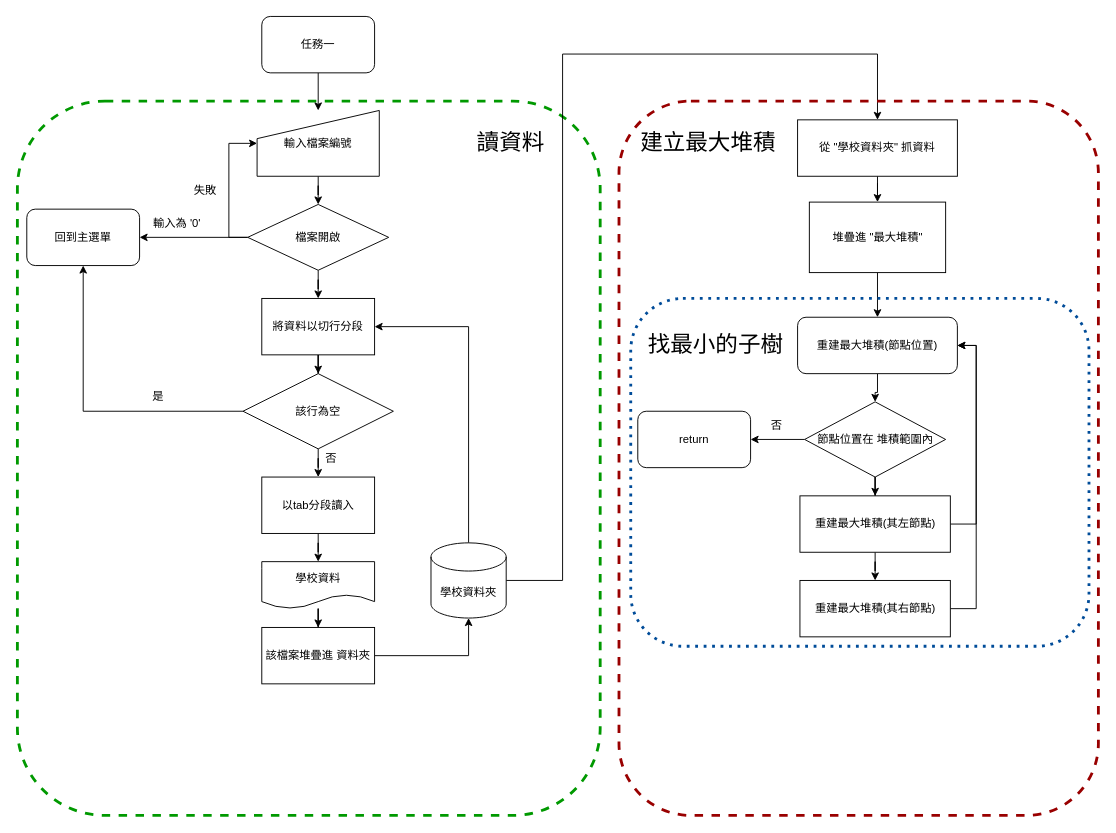
Before: heapFlowChart.drawio in PingKP/DataStructure, a draw.io diagram. Source tidied: cells renumbered, new cells numbered last; positions are measured from the earlier drawing's top-left corner, leaving out a move shared by most shapes. Both pictures are drawn from the tidied source at 94%, with x=0, y=0 at pixel (17, 16).
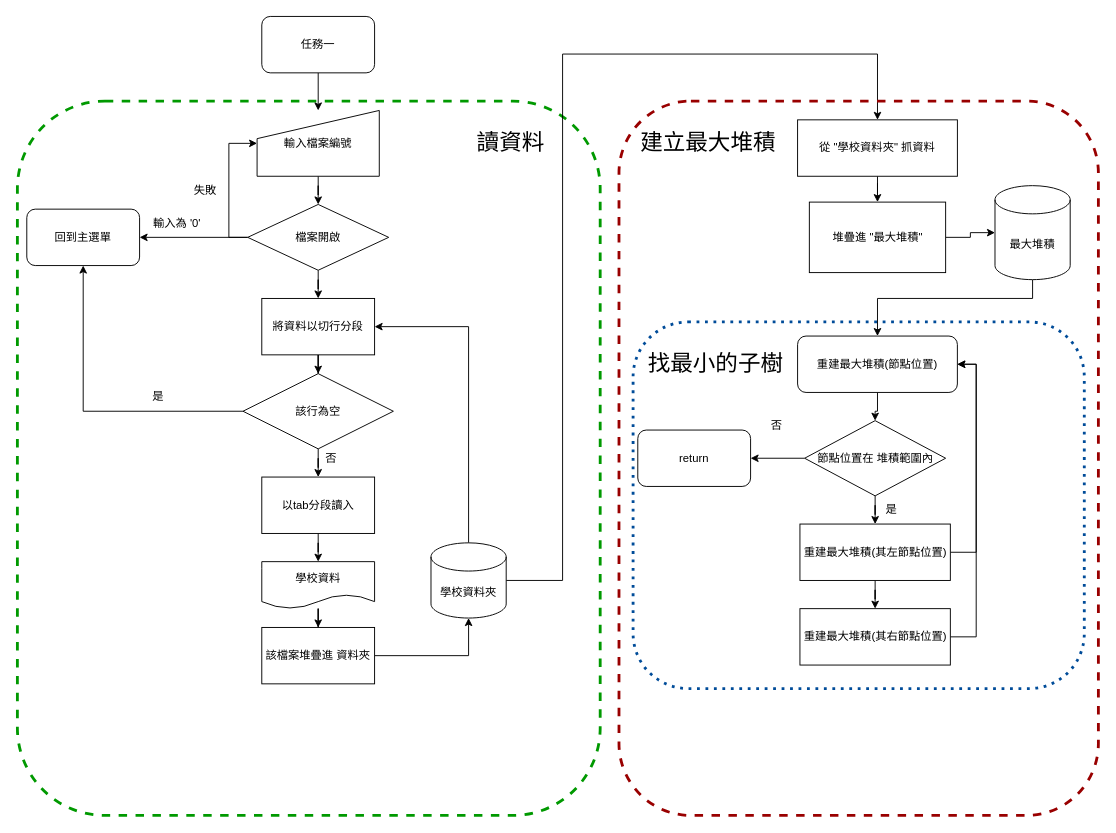
Above is the later version.

The change refers to these unchanged cells:
```xml
<mxCell id="36" value="堆疊進 &quot;最大堆積&quot;" style="rounded=0;whiteSpace=wrap;html=1;" parent="1" vertex="1">
  <mxGeometry x="842.5" y="197.5" width="145" height="75" as="geometry" />
</mxCell>
```

Diff of the diagram source:
```diff
@@
+    <mxCell id="49" style="rounded=1;whiteSpace=wrap;html=1;fillColor=none;strokeColor=#004C99;dashed=1;dashPattern=1 2;strokeWidth=3;" parent="1" vertex="1">
+      <mxGeometry x="655" y="325" width="480" height="390" as="geometry" />
+    </mxCell>
@@
-    <mxCell id="35" style="edgeStyle=orthogonalEdgeStyle;rounded=0;jettySize=auto;html=1;" parent="1" edge="1" source="36" target="38">
-      <mxGeometry relative="1" as="geometry" />
-    </mxCell>
+    <mxCell id="51" style="edgeStyle=orthogonalEdgeStyle;rounded=0;jettySize=auto;html=1;" parent="1" edge="1" source="36" target="54">
+      <mxGeometry relative="1" as="geometry" />
+    </mxCell>
@@
     <mxCell id="38" value="重建最大堆積(節點位置)" style="rounded=1;whiteSpace=wrap;html=1;" parent="1" vertex="1">
-      <mxGeometry x="830" y="320" width="170" height="60" as="geometry" />
+      <mxGeometry x="830" y="340" width="170" height="60" as="geometry" />
     </mxCell>
@@
     <mxCell id="41" value="節點位置在 堆積範圍內" style="rhombus;whiteSpace=wrap;html=1;" parent="1" vertex="1">
-      <mxGeometry x="837.5" y="410" width="150" height="80" as="geometry" />
+      <mxGeometry x="837.5" y="430" width="150" height="80" as="geometry" />
     </mxCell>
     <mxCell id="42" value="return" style="rounded=1;whiteSpace=wrap;html=1;" parent="1" vertex="1">
-      <mxGeometry x="660" y="420" width="120" height="60" as="geometry" />
+      <mxGeometry x="660" y="440" width="120" height="60" as="geometry" />
     </mxCell>
@@
-    <mxCell id="46" value="重建最大堆積(其左節點)" style="rounded=0;whiteSpace=wrap;html=1;" parent="1" vertex="1">
-      <mxGeometry x="832.5" y="510" width="160" height="60" as="geometry" />
+    <mxCell id="46" value="重建最大堆積(其左節點位置)" style="rounded=0;whiteSpace=wrap;html=1;" parent="1" vertex="1">
+      <mxGeometry x="832.5" y="540" width="160" height="60" as="geometry" />
     </mxCell>
@@
-    <mxCell id="48" value="重建最大堆積(其右節點)" style="rounded=0;whiteSpace=wrap;html=1;" parent="1" vertex="1">
-      <mxGeometry x="832.5" y="600" width="160" height="60" as="geometry" />
+    <mxCell id="48" value="重建最大堆積(其右節點位置)" style="rounded=0;whiteSpace=wrap;html=1;" parent="1" vertex="1">
+      <mxGeometry x="832.5" y="630" width="160" height="60" as="geometry" />
     </mxCell>
-    <mxCell id="49" style="rounded=1;whiteSpace=wrap;html=1;fillColor=none;strokeColor=#004C99;dashed=1;dashPattern=1 2;strokeWidth=3;" parent="1" vertex="1">
-      <mxGeometry x="652.5" y="300" width="487.5" height="370" as="geometry" />
-    </mxCell>
     <mxCell id="50" value="&lt;font style=&quot;font-size: 24px;&quot;&gt;找最小的子樹&lt;/font&gt;" style="text;html=1;align=center;verticalAlign=middle;whiteSpace=wrap;rounded=0;" parent="1" vertex="1">
-      <mxGeometry x="647.5" y="330" width="190" height="40" as="geometry" />
+      <mxGeometry x="647.5" y="350" width="190" height="40" as="geometry" />
     </mxCell>
+    <mxCell id="52" value="是" style="text;html=1;align=center;verticalAlign=middle;whiteSpace=wrap;rounded=0;" parent="1" vertex="1">
+      <mxGeometry x="900" y="510" width="60" height="30" as="geometry" />
+    </mxCell>
+    <mxCell id="53" style="edgeStyle=orthogonalEdgeStyle;rounded=0;jettySize=auto;html=1;exitX=0.5;exitY=1;exitDx=0;exitDy=0;exitPerimeter=0;entryX=0.5;entryY=0;entryDx=0;entryDy=0;" parent="1" edge="1" source="54" target="38">
+      <mxGeometry relative="1" as="geometry">
+        <Array as="points">
+          <mxPoint x="1080" y="300" />
+          <mxPoint x="915" y="300" />
+        </Array>
+      </mxGeometry>
+    </mxCell>
+    <mxCell id="54" value="最大堆積" style="shape=cylinder3;whiteSpace=wrap;html=1;boundedLbl=1;backgroundOutline=1;size=15;" parent="1" vertex="1">
+      <mxGeometry x="1040" y="180" width="80" height="100" as="geometry" />
+    </mxCell>
```
